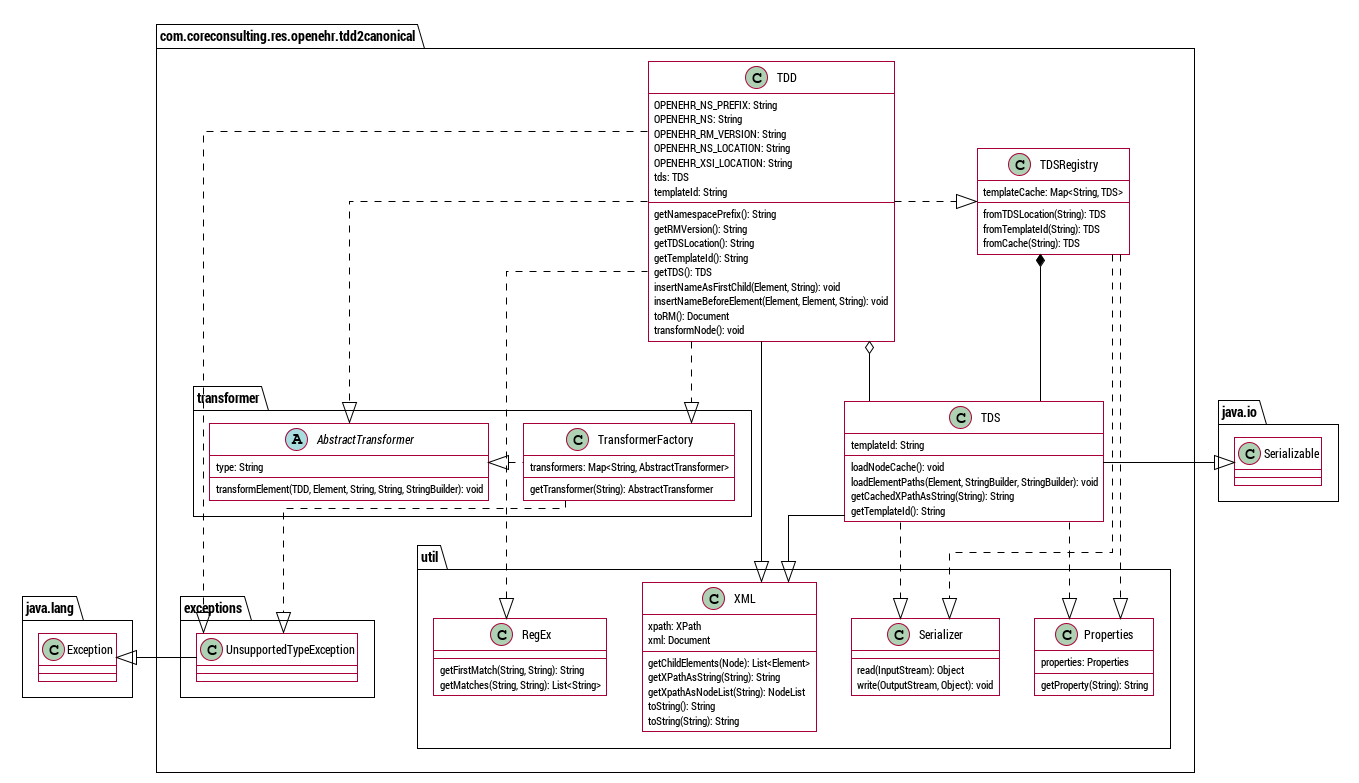
This is uml/ClassDiagram.png from openEHR/openEHR-TDD2canonical, a PlantUML export, as it was before one commit. Its diagram source:
```plantuml
@startuml

skinParam actorBackgroundColor #FFF
skinparam actorFontSize 10
skinParam arrowColor #000
skinParam arrowFontSize 10
skinParam backgroundColor transparent
skinParam ClassBackgroundColor #FFF
skinParam ClassBorderThickness 1
skinParam DatabaseBackgroundColor #FFF
skinParam DatabaseFontName Roboto Condensed
skinParam DatabaseFontSize 9
skinparam defaultFontName Roboto Condensed
skinParam lifelineStrategy solid
skinParam noteBackgroundColor #DDD
skinParam noteFontSize 9
skinParam objectBackgroundColor #FFF
skinParam objectBorderThickness 1
skinParam PackageBorderThickness 1
skinParam participantBackgroundColor #FFF
skinParam participantFontSize 10
skinParam sequenceActorBorderThickness 1
skinParam SequenceBoxBackgroundColor #EEE
skinParam SequenceBoxBorderColor transparent
skinParam SequenceBoxFontSize 10
skinParam SequenceBoxFontStyle plain
skinParam SequenceGroupBackgroundColor #000
skinParam SequenceGroupBorderThickness 1
skinParam sequenceGroupFontSize 10
skinParam sequenceGroupHeaderFontColor #FFF
skinParam sequenceGroupHeaderFontSize 10
skinParam sequenceParticipantBorderThickness 1
skinParam shadowing false

skinParam linetype ortho

  namespace com.coreconsulting.res.openehr.tdd2canonical {
    namespace exceptions {
      class UnsupportedTypeException {
      }
    }

    namespace transformer {
      abstract class AbstractTransformer {
      type: String
      transformElement(TDD, Element, String, String, StringBuilder): void
      }



      class TransformerFactory {
        transformers: Map<String, AbstractTransformer>
        getTransformer(String): AbstractTransformer
      }
    }

    namespace util {
      class Properties {
        properties: Properties
        getProperty(String): String
      }

      class RegEx {
        getFirstMatch(String, String): String
        getMatches(String, String): List<String>
      }

      class Serializer {
        read(InputStream): Object
        write(OutputStream, Object): void
      }

      class XML {
        xpath: XPath
        xml: Document
        getChildElements(Node): List<Element>
        getXPathAsString(String): String
        getXpathAsNodeList(String): NodeList
        toString(): String
        toString(String): String
      }
    }

    class TDD {
      OPENEHR_NS_PREFIX: String
      OPENEHR_NS: String
      OPENEHR_RM_VERSION: String
      OPENEHR_NS_LOCATION: String
      OPENEHR_XSI_LOCATION: String
      tds: TDS
      templateId: String
      getNamespacePrefix(): String
      getRMVersion(): String
      getTDSLocation(): String
      getTemplateId(): String
      getTDS(): TDS
      insertNameAsFirstChild(Element, String): void
      insertNameBeforeElement(Element, Element, String): void
      toRM(): Document
      transformNode(): void
    }

    class TDS {
      templateId: String
      loadNodeCache(): void
      loadElementPaths(Element, StringBuilder, StringBuilder): void
      getCachedXPathAsString(String): String
      getTemplateId(): String
    }

    class TDSRegistry {
      templateCache: Map<String, TDS>
      fromTDSLocation(String): TDS
      fromTemplateId(String): TDS
      fromCache(String): TDS
    }
  }

  com.coreconsulting.res.openehr.tdd2canonical.exceptions.UnsupportedTypeException -left|> java.lang.Exception
  com.coreconsulting.res.openehr.tdd2canonical.transformer.TransformerFactory .left.|> com.coreconsulting.res.openehr.tdd2canonical.transformer.AbstractTransformer
  com.coreconsulting.res.openehr.tdd2canonical.transformer.TransformerFactory .down.|> com.coreconsulting.res.openehr.tdd2canonical.exceptions.UnsupportedTypeException
  com.coreconsulting.res.openehr.tdd2canonical.TDD -down-|> com.coreconsulting.res.openehr.tdd2canonical.util.XML
  com.coreconsulting.res.openehr.tdd2canonical.TDD o-down- com.coreconsulting.res.openehr.tdd2canonical.TDS
  com.coreconsulting.res.openehr.tdd2canonical.TDD .left.|> com.coreconsulting.res.openehr.tdd2canonical.util.RegEx
  com.coreconsulting.res.openehr.tdd2canonical.TDD .right.|> com.coreconsulting.res.openehr.tdd2canonical.TDSRegistry
  com.coreconsulting.res.openehr.tdd2canonical.TDD ..|> com.coreconsulting.res.openehr.tdd2canonical.exceptions.UnsupportedTypeException
  com.coreconsulting.res.openehr.tdd2canonical.TDD .down.|> com.coreconsulting.res.openehr.tdd2canonical.transformer.TransformerFactory
  com.coreconsulting.res.openehr.tdd2canonical.TDD .down.|> com.coreconsulting.res.openehr.tdd2canonical.transformer.AbstractTransformer
  com.coreconsulting.res.openehr.tdd2canonical.TDS -down-|> com.coreconsulting.res.openehr.tdd2canonical.util.XML
  com.coreconsulting.res.openehr.tdd2canonical.TDS -right-|> java.io.Serializable
  com.coreconsulting.res.openehr.tdd2canonical.TDS .down.|> com.coreconsulting.res.openehr.tdd2canonical.util.Properties
  com.coreconsulting.res.openehr.tdd2canonical.TDS .down.|> com.coreconsulting.res.openehr.tdd2canonical.util.Serializer
  com.coreconsulting.res.openehr.tdd2canonical.TDSRegistry *-down- com.coreconsulting.res.openehr.tdd2canonical.TDS
  com.coreconsulting.res.openehr.tdd2canonical.TDSRegistry .down.|> com.coreconsulting.res.openehr.tdd2canonical.util.Properties
  com.coreconsulting.res.openehr.tdd2canonical.TDSRegistry .down.|> com.coreconsulting.res.openehr.tdd2canonical.util.Serializer

@enduml
```
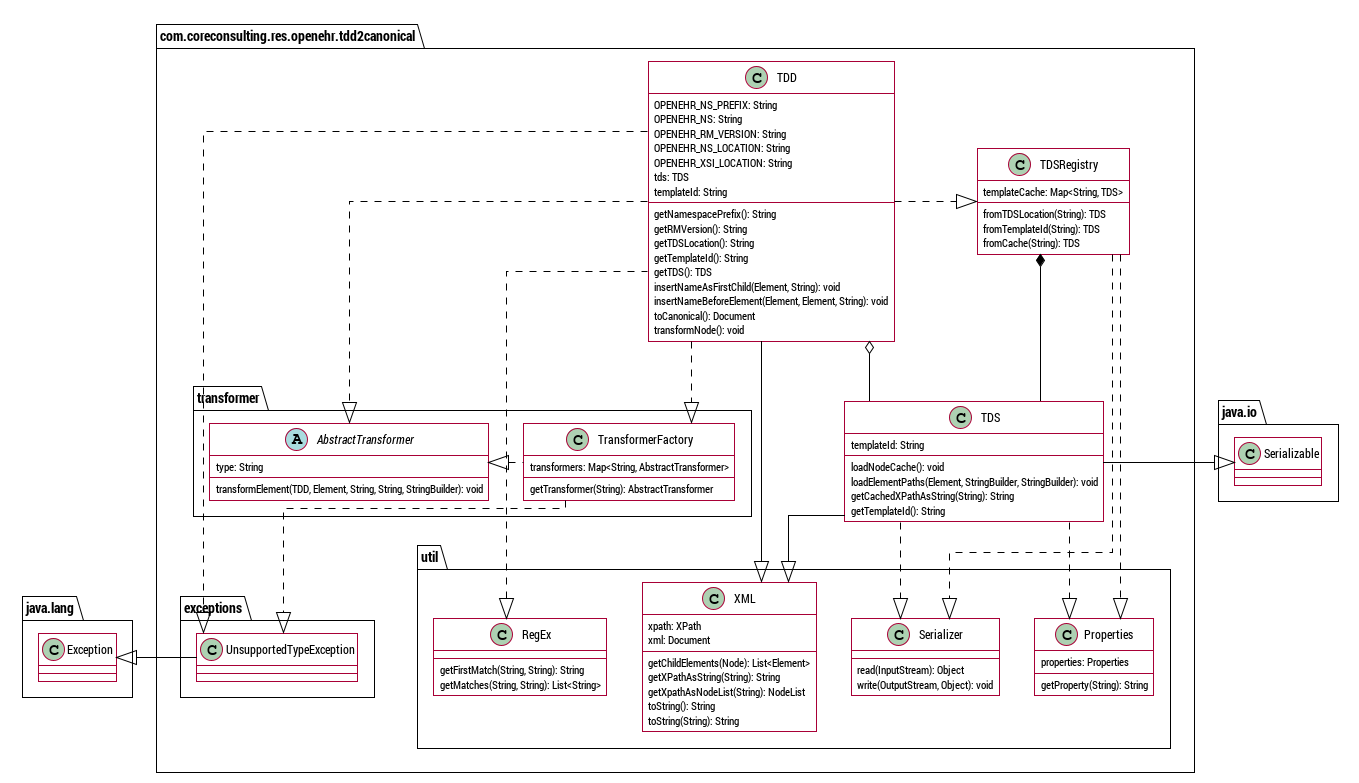
Above is the later version.

Commit message:
Elaboração da arquitetura e inclusão dos diagramas (de atividades e de classes)

Diff of the diagram source:
```diff
@@ -1,7 +1,10 @@
 @startuml
 
+skinParam ActivityBackgroundColor #FFF
+skinParam ActivityBorderThickness 1
+skinParam ActivityDiamondBackgroundColor #FFF
 skinParam actorBackgroundColor #FFF
-skinparam actorFontSize 10
+skinParam actorFontSize 10
 skinParam arrowColor #000
 skinParam arrowFontSize 10
 skinParam backgroundColor transparent
@@ -10,7 +13,7 @@
 skinParam DatabaseBackgroundColor #FFF
 skinParam DatabaseFontName Roboto Condensed
 skinParam DatabaseFontSize 9
-skinparam defaultFontName Roboto Condensed
+skinParam defaultFontName Roboto Condensed
 skinParam lifelineStrategy solid
 skinParam noteBackgroundColor #DDD
 skinParam noteFontSize 9
@@ -31,6 +34,7 @@
 skinParam sequenceGroupHeaderFontSize 10
 skinParam sequenceParticipantBorderThickness 1
 skinParam shadowing false
+skinParam SwimlaneBorderThickness 1
 
 skinParam linetype ortho
 
@@ -96,7 +100,7 @@
       getTDS(): TDS
       insertNameAsFirstChild(Element, String): void
       insertNameBeforeElement(Element, Element, String): void
-      toRM(): Document
+      toCanonical(): Document
       transformNode(): void
     }
 
```
